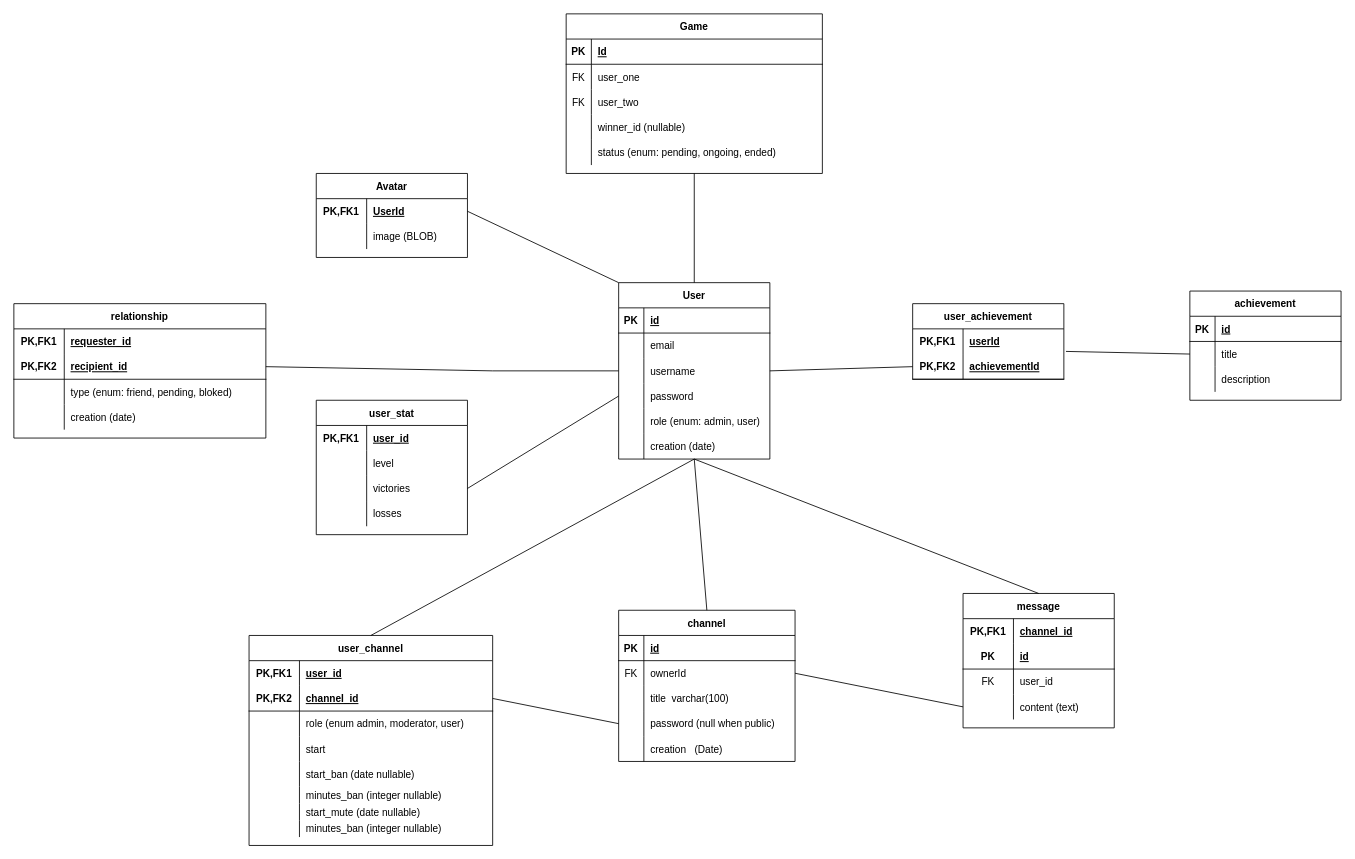
This is reference/db-schema-demo_pong.drawio from Working-From-Home/ft_transcendence, a draw.io file, before an edit. Source tidied: cells renumbered, new cells numbered last; positions are measured from the earlier drawing's top-left corner, leaving out a move shared by most shapes. Both pictures are drawn from the tidied source at 84%, with x=0, y=0 at pixel (13, 13).
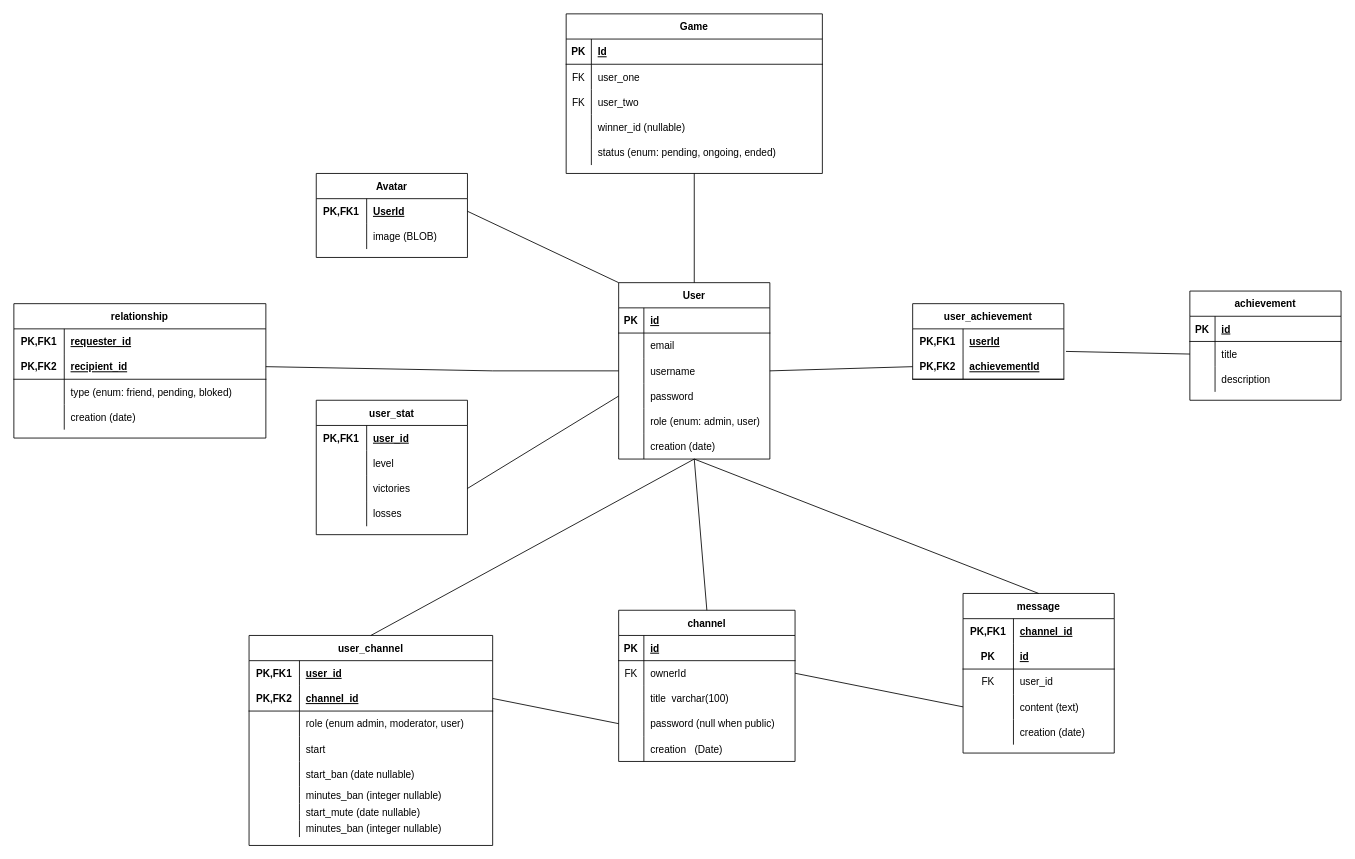
The same diagram, later.

Change to the diagram source:
```diff
@@
     <mxCell id="115" value="message" style="shape=table;startSize=30;childLayout=tableLayout;rowLines=0;fontStyle=1;align=center;" parent="1" vertex="1">
-      <mxGeometry x="1130" y="690" width="180" height="160" as="geometry" />
+      <mxGeometry x="1130" y="690" width="180" height="190" as="geometry" />
     </mxCell>
@@
+    <mxCell id="152" style="shape=partialRectangle;fillColor=none;top=0;left=0;bottom=0;right=0;" parent="115" vertex="1">
+      <mxGeometry y="150" width="180" height="30" as="geometry" />
+    </mxCell>
+    <mxCell id="153" style="shape=partialRectangle;fillColor=none;top=0;left=0;bottom=0;right=0;overflow=hidden;" parent="152" vertex="1">
+      <mxGeometry width="60" height="30" as="geometry" />
+    </mxCell>
+    <mxCell id="154" value="creation (date)" style="shape=partialRectangle;fillColor=none;top=0;left=0;bottom=0;right=0;align=left;spacingLeft=6;overflow=hidden;" parent="152" vertex="1">
+      <mxGeometry x="60" width="120" height="30" as="geometry" />
+    </mxCell>
```
